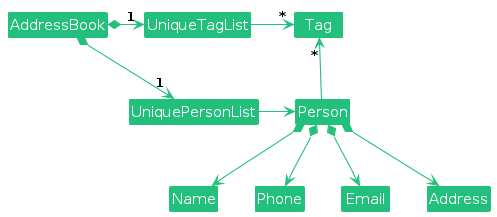
Above: diagrams/BetterModelClassDiagram.png in AY2526S2-CS2103T-T15-1/tp (PlantUML), before the change. Its source is kept beside it as diagrams/BetterModelClassDiagram.puml. Source of this version:
```plantuml
@startuml
!include style.puml
skinparam arrowThickness 1.1
skinparam arrowColor MODEL_COLOR
skinparam classBackgroundColor MODEL_COLOR

AddressBook *-right-> "1" UniquePersonList
AddressBook *-right-> "1" UniqueTagList
UniqueTagList -[hidden]down- UniquePersonList
UniqueTagList -[hidden]down- UniquePersonList

UniqueTagList -right-> "*" Tag
UniquePersonList -right-> Person

Person -up-> "*" Tag

Person *--> Name
Person *--> Phone
Person *--> Email
Person *--> Address
@enduml
```
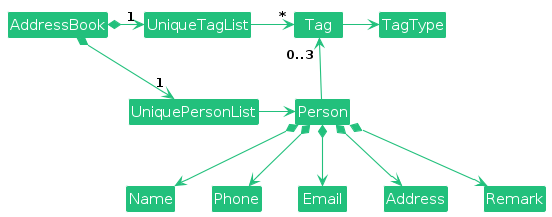
After the commit.

What changed in the source:
```diff
@@ -12,10 +12,12 @@
 UniqueTagList -right-> "*" Tag
 UniquePersonList -right-> Person
 
-Person -up-> "*" Tag
+Person -up-> "0..3" Tag
 
 Person *--> Name
 Person *--> Phone
 Person *--> Email
 Person *--> Address
+Person *--> Remark
+Tag -right-> TagType
 @enduml
```
